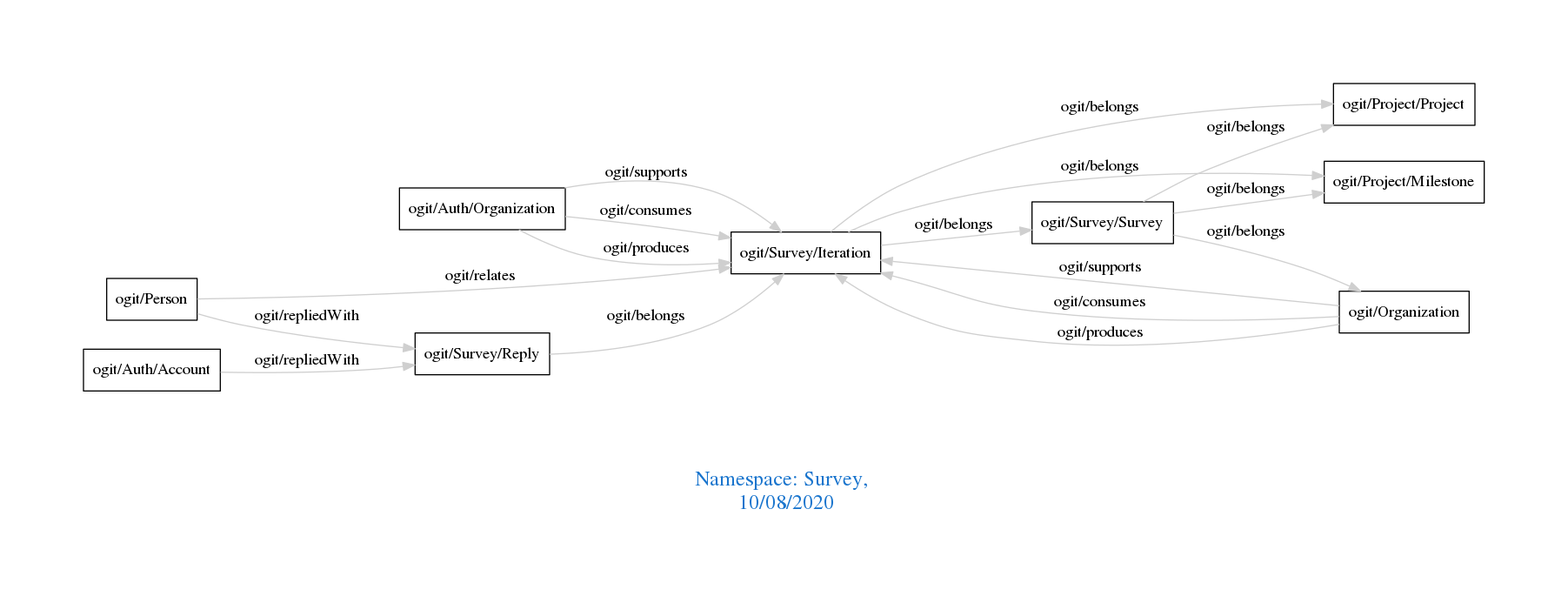
Before: downloads/Survey.png, a diagram exported from Graphviz (arago/OGIT). Its source is kept beside it as downloads/Survey.dot.
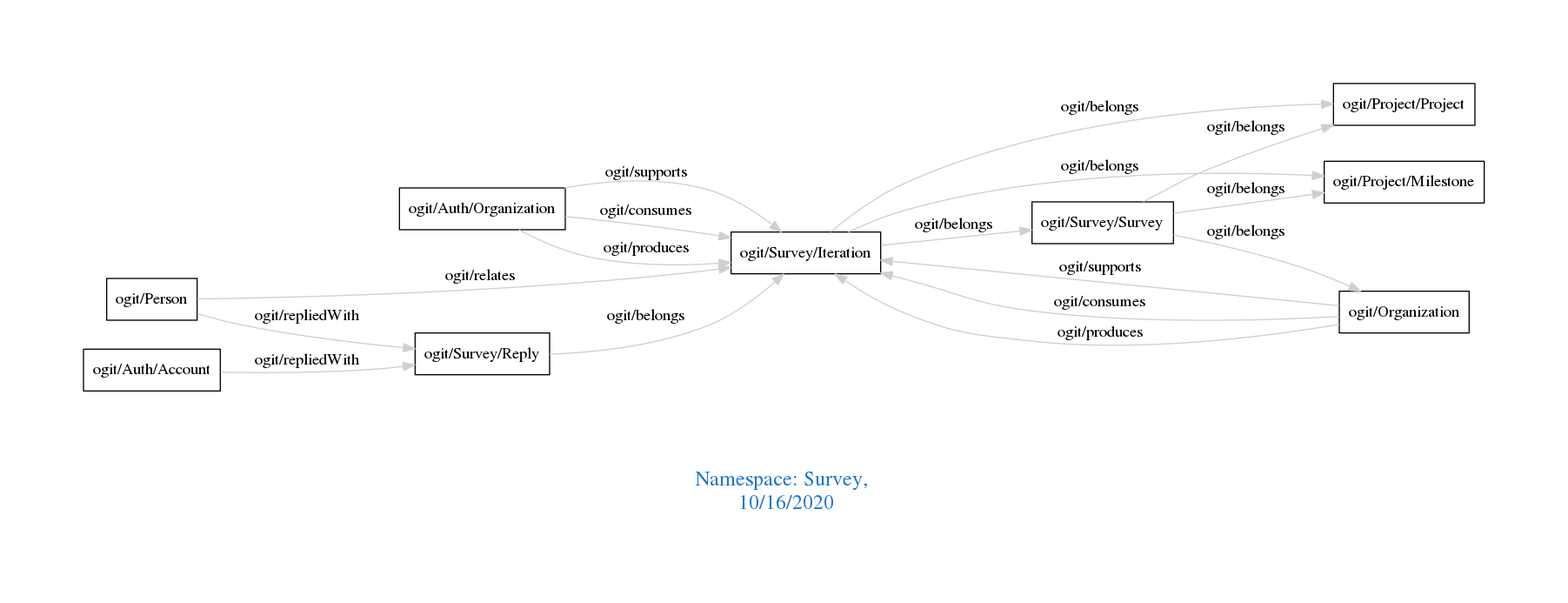
After the commit.

The edit, as a diff of the source:
```diff
@@ -1,7 +1,7 @@
 digraph OGIT_ontology {
  graph [ rankdir= LR,pad=1
 fontsize = 18,
-fontcolor= dodgerblue3,label = "\n\n\nNamespace: Survey, \n 10/08/2020"];
+fontcolor= dodgerblue3,label = "\n\n\nNamespace: Survey, \n 10/16/2020"];
 node[shape=polygon];
 edge [  color="gray81"];
 
```
